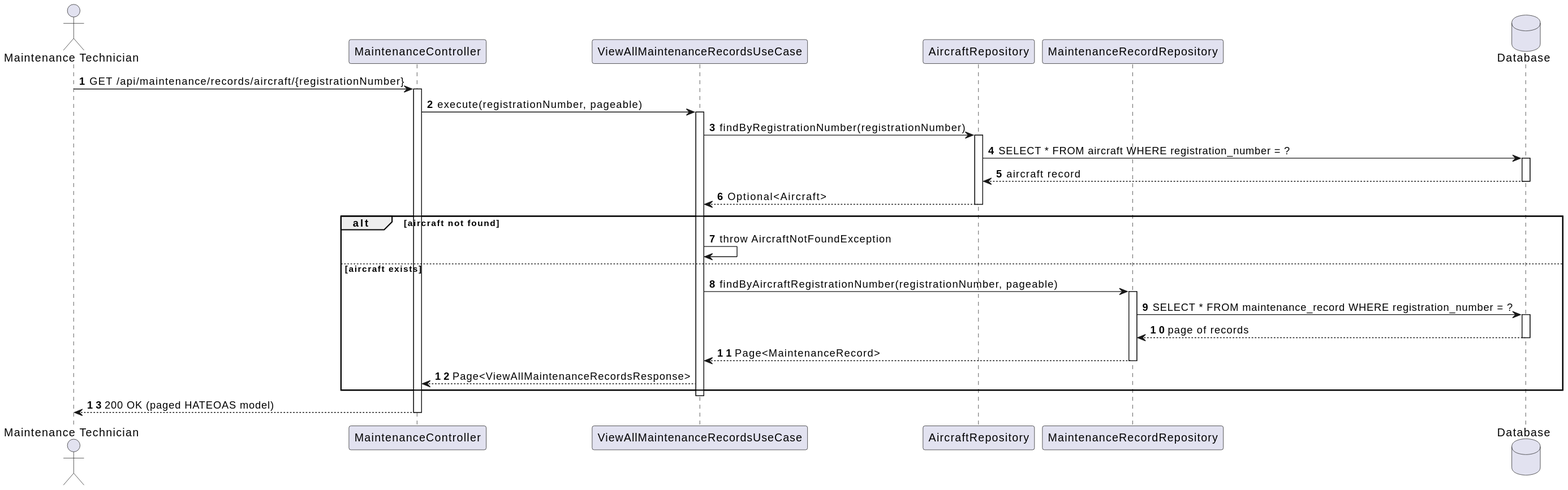
This is docs/system-documentation/use-cases/WP4A/US116/svg/sd_us116.svg from VascoMagolo/psoft_1231562_1241692_1242036_2db, a PlantUML export, as it was before one commit. The source it was exported from:
```plantuml
@startuml
autonumber
actor "Maintenance Technician" as MT
participant "MaintenanceController" as Ctrl
participant "ViewAllMaintenanceRecordsUseCase" as UC
participant "AircraftRepository" as AircraftRepo
participant "MaintenanceRecordRepository" as Repo
database "Database" as DB
MT -> Ctrl : GET /api/maintenance/records/aircraft/{registrationNumber}
activate Ctrl
Ctrl -> UC : execute(registrationNumber, pageable)
activate UC
UC -> AircraftRepo : findByRegistrationNumber(registrationNumber)
activate AircraftRepo
AircraftRepo -> DB : SELECT * FROM aircraft WHERE registration_number = ?
activate DB
DB --> AircraftRepo : aircraft record
deactivate DB
AircraftRepo --> UC : Optional<Aircraft>
deactivate AircraftRepo
alt aircraft not found
    UC -> UC : throw AircraftNotFoundException
else aircraft exists
    UC -> Repo : findByAircraftRegistrationNumber(registrationNumber, pageable)
    activate Repo
    Repo -> DB : SELECT * FROM maintenance_record WHERE registration_number = ?
    activate DB
    DB --> Repo : page of records
    deactivate DB
    Repo --> UC : Page<MaintenanceRecord>
    deactivate Repo
    UC --> Ctrl : Page<ViewAllMaintenanceRecordsResponse>
end
deactivate UC
Ctrl --> MT : 200 OK (paged HATEOAS model)
deactivate Ctrl
@enduml
```
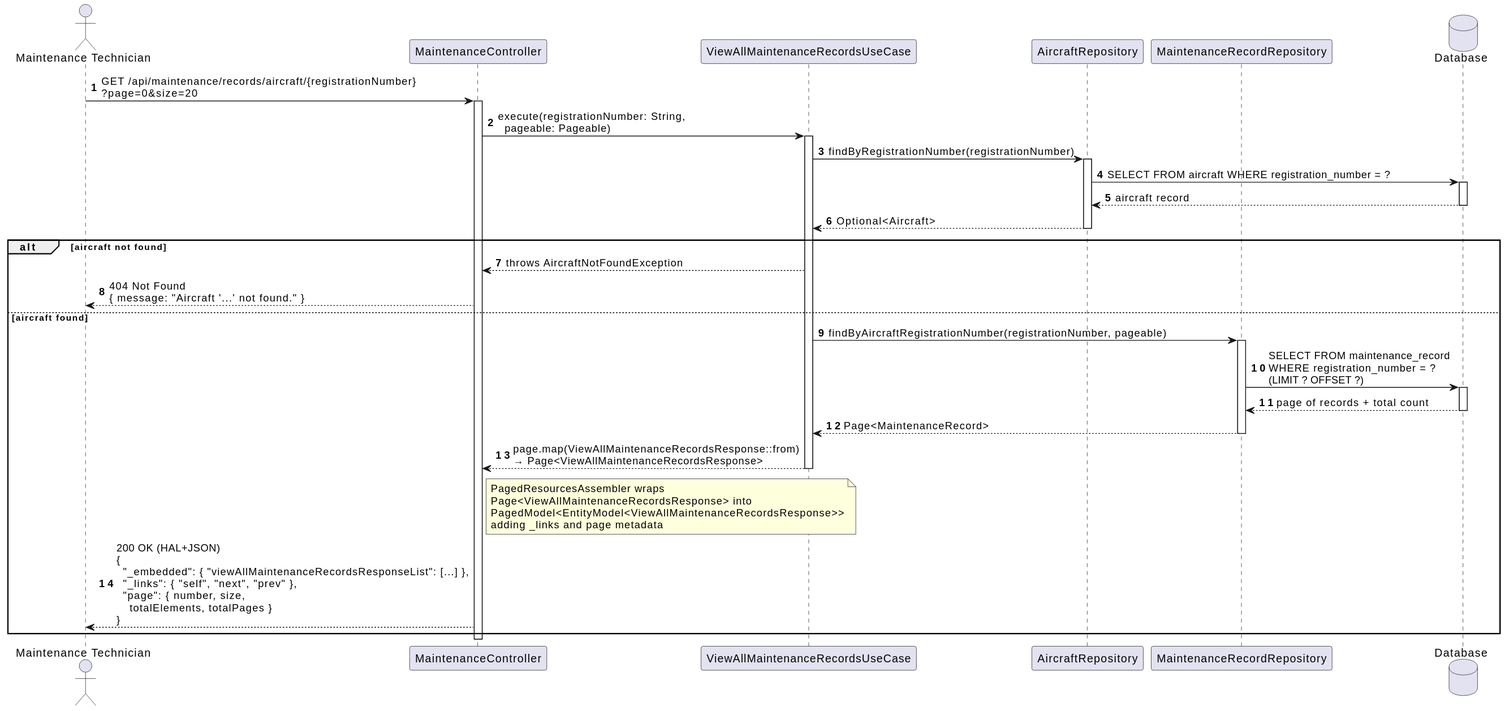
Later version of the same file.

Change to the diagram source:
```diff
@@ -6,32 +6,47 @@
 participant "AircraftRepository" as AircraftRepo
 participant "MaintenanceRecordRepository" as Repo
 database "Database" as DB
-MT -> Ctrl : GET /api/maintenance/records/aircraft/{registrationNumber}
+
+MT -> Ctrl : GET /api/maintenance/records/aircraft/{registrationNumber}\n?page=0&size=20
 activate Ctrl
-Ctrl -> UC : execute(registrationNumber, pageable)
+
+Ctrl -> UC : execute(registrationNumber: String,\n  pageable: Pageable)
 activate UC
+
 UC -> AircraftRepo : findByRegistrationNumber(registrationNumber)
 activate AircraftRepo
-AircraftRepo -> DB : SELECT * FROM aircraft WHERE registration_number = ?
+AircraftRepo -> DB : SELECT FROM aircraft WHERE registration_number = ?
 activate DB
 DB --> AircraftRepo : aircraft record
 deactivate DB
 AircraftRepo --> UC : Optional<Aircraft>
 deactivate AircraftRepo
+
 alt aircraft not found
-    UC -> UC : throw AircraftNotFoundException
-else aircraft exists
-    UC -> Repo : findByAircraftRegistrationNumber(registrationNumber, pageable)
-    activate Repo
-    Repo -> DB : SELECT * FROM maintenance_record WHERE registration_number = ?
-    activate DB
-    DB --> Repo : page of records
-    deactivate DB
-    Repo --> UC : Page<MaintenanceRecord>
-    deactivate Repo
-    UC --> Ctrl : Page<ViewAllMaintenanceRecordsResponse>
+  UC --> Ctrl : throws AircraftNotFoundException
+  Ctrl --> MT : 404 Not Found\n{ message: "Aircraft '...' not found." }
+else aircraft found
+  UC -> Repo : findByAircraftRegistrationNumber(registrationNumber, pageable)
+  activate Repo
+  Repo -> DB : SELECT FROM maintenance_record\nWHERE registration_number = ?\n(LIMIT ? OFFSET ?)
+  activate DB
+  DB --> Repo : page of records + total count
+  deactivate DB
+  Repo --> UC : Page<MaintenanceRecord>
+  deactivate Repo
+
+  UC --> Ctrl : page.map(ViewAllMaintenanceRecordsResponse::from)\n→ Page<ViewAllMaintenanceRecordsResponse>
+  deactivate UC
+
+  note right of Ctrl
+    PagedResourcesAssembler wraps
+    Page<ViewAllMaintenanceRecordsResponse> into
+    PagedModel<EntityModel<ViewAllMaintenanceRecordsResponse>>
+    adding _links and page metadata
+  end note
+
+  Ctrl --> MT : 200 OK (HAL+JSON)\n{\n  "_embedded": { "viewAllMaintenanceRecordsResponseList": [...] },\n  "_links": { "self", "next", "prev" },\n  "page": { number, size,\n    totalElements, totalPages }\n}
 end
-deactivate UC
-Ctrl --> MT : 200 OK (paged HATEOAS model)
+
 deactivate Ctrl
 @enduml
```
